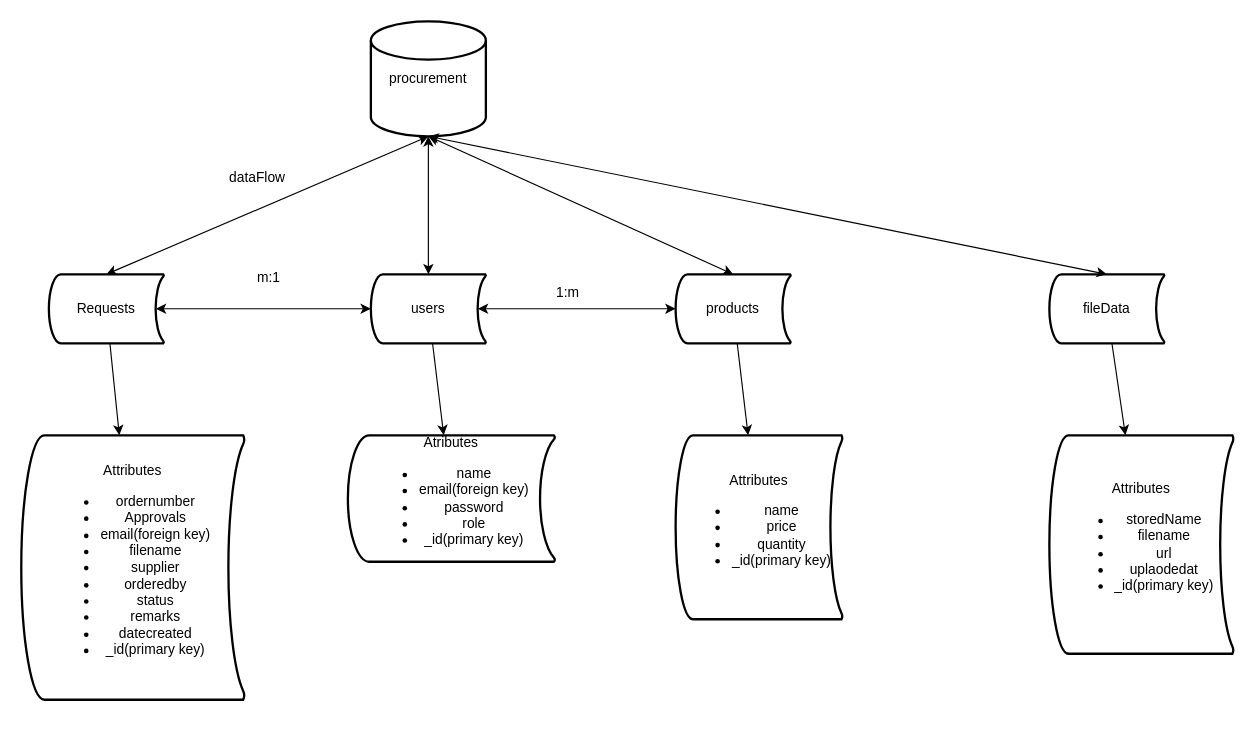
Above: workflow/bckend flow/database.drawio in DavidUmunna/procurement_api (draw.io), before the change. Source tidied: cells renumbered, new cells numbered last; positions are measured from the earlier drawing's top-left corner, leaving out a move shared by most shapes. Both pictures are drawn from the tidied source at 115%, with x=0, y=0 at pixel (21, 21).
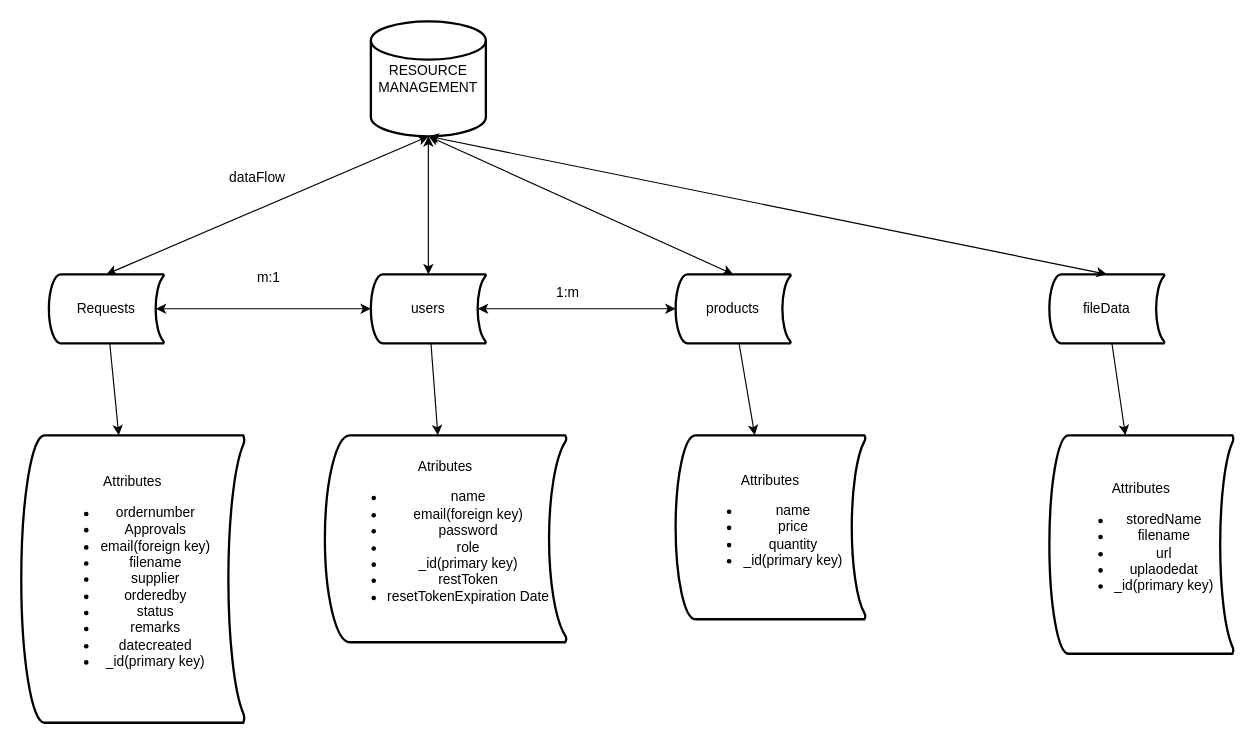
After the change.

What changed in the source:
```diff
@@
-    <mxCell id="2" value="procurement" style="strokeWidth=2;html=1;shape=mxgraph.flowchart.database;whiteSpace=wrap;" parent="1" vertex="1">
+    <mxCell id="2" value="RESOURCE MANAGEMENT" style="strokeWidth=2;html=1;shape=mxgraph.flowchart.database;whiteSpace=wrap;" parent="1" vertex="1">
       <mxGeometry x="304" width="100" height="100" as="geometry" />
     </mxCell>
@@
     <mxCell id="20" value="Attributes&lt;div&gt;&lt;ul&gt;&lt;li&gt;ordernumber&lt;/li&gt;&lt;li&gt;Approvals&lt;/li&gt;&lt;li&gt;email(foreign key)&lt;/li&gt;&lt;li&gt;filename&lt;/li&gt;&lt;li&gt;supplier&lt;/li&gt;&lt;li&gt;orderedby&lt;/li&gt;&lt;li&gt;status&lt;/li&gt;&lt;li&gt;remarks&lt;/li&gt;&lt;li&gt;datecreated&lt;/li&gt;&lt;li&gt;_id(primary key)&lt;/li&gt;&lt;/ul&gt;&lt;/div&gt;" style="strokeWidth=2;html=1;shape=mxgraph.flowchart.stored_data;whiteSpace=wrap;" parent="1" vertex="1">
-      <mxGeometry y="360" width="194" height="230" as="geometry" />
+      <mxGeometry y="360" width="194" height="250" as="geometry" />
     </mxCell>
-    <mxCell id="21" value="Atributes&lt;div&gt;&lt;ul&gt;&lt;li&gt;name&lt;/li&gt;&lt;li&gt;email(foreign key)&lt;/li&gt;&lt;li&gt;password&lt;/li&gt;&lt;li&gt;role&lt;/li&gt;&lt;li&gt;_id(primary key)&lt;/li&gt;&lt;/ul&gt;&lt;/div&gt;" style="strokeWidth=2;html=1;shape=mxgraph.flowchart.stored_data;whiteSpace=wrap;" parent="1" vertex="1">
-      <mxGeometry x="284" y="360" width="180" height="110" as="geometry" />
+    <mxCell id="21" value="Atributes&lt;div&gt;&lt;ul&gt;&lt;li&gt;name&lt;/li&gt;&lt;li&gt;email(foreign key)&lt;/li&gt;&lt;li&gt;password&lt;/li&gt;&lt;li&gt;role&lt;/li&gt;&lt;li&gt;_id(primary key)&lt;/li&gt;&lt;li&gt;restToken&lt;/li&gt;&lt;li&gt;resetTokenExpiration Date&lt;/li&gt;&lt;/ul&gt;&lt;/div&gt;" style="strokeWidth=2;html=1;shape=mxgraph.flowchart.stored_data;whiteSpace=wrap;" parent="1" vertex="1">
+      <mxGeometry x="264" y="360" width="210" height="180" as="geometry" />
     </mxCell>
     <mxCell id="22" value="Attributes&lt;div&gt;&lt;ul&gt;&lt;li&gt;name&lt;/li&gt;&lt;li&gt;price&lt;/li&gt;&lt;li&gt;quantity&lt;/li&gt;&lt;li&gt;_id(primary key)&lt;/li&gt;&lt;/ul&gt;&lt;/div&gt;" style="strokeWidth=2;html=1;shape=mxgraph.flowchart.stored_data;whiteSpace=wrap;" parent="1" vertex="1">
-      <mxGeometry x="569" y="360" width="145" height="160" as="geometry" />
+      <mxGeometry x="569" y="360" width="165" height="160" as="geometry" />
     </mxCell>
```
